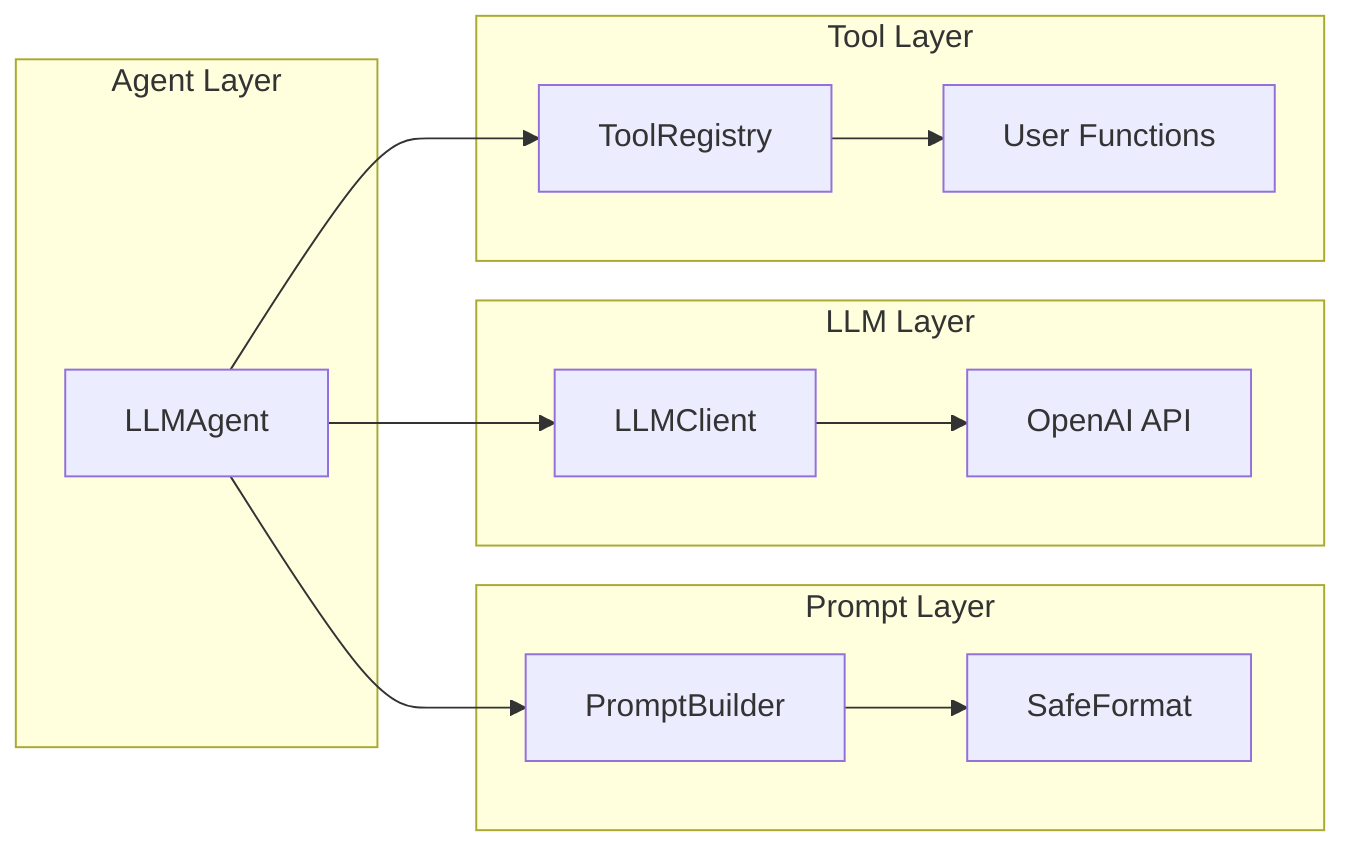
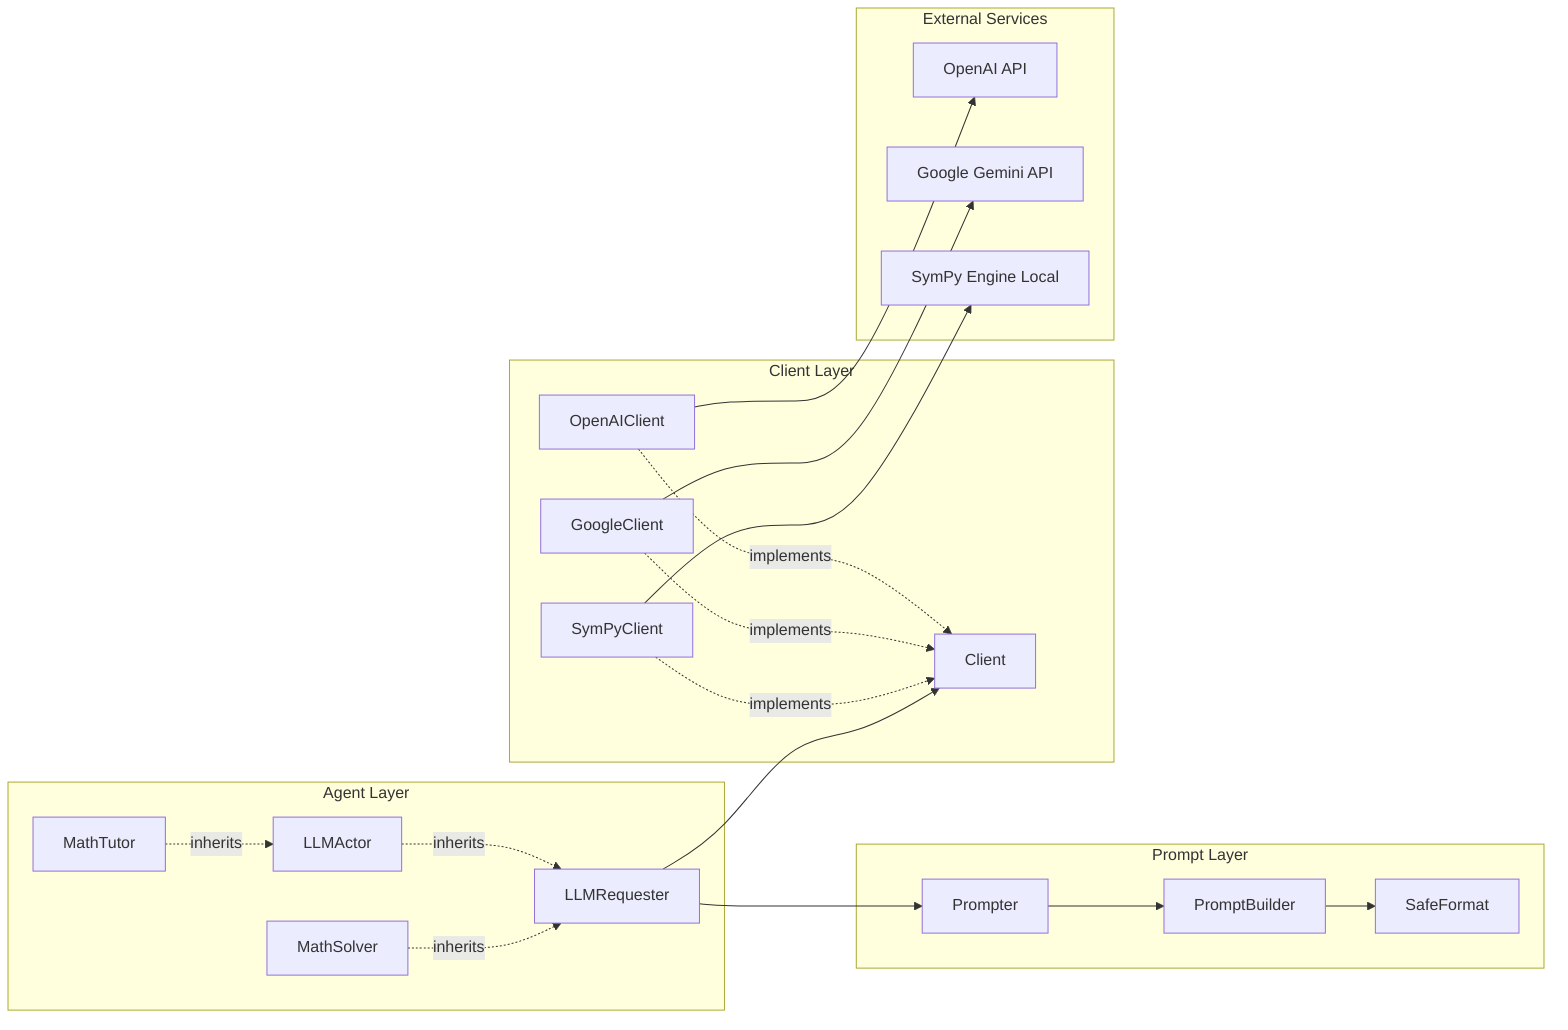
flowchart LR

    subgraph Agent Layer
-         A[LLMAgent]
+         R[LLMRequester]
+         A[LLMActor]
+         T[MathTutor]
+         S[MathSolver]
    end

    subgraph Prompt Layer
+         P[Prompter]
        B[PromptBuilder]
-         C[SafeFormat]
+         F[SafeFormat]
    end

-     subgraph LLM Layer
-         D[LLMClient]
-         E[OpenAI API]
+     subgraph Client Layer
+         C[Client]
+         O[OpenAIClient]
+         G[GoogleClient]
+         Y[SymPyClient]
    end

-     subgraph Tool Layer
-         F[ToolRegistry]
-         G[User Functions]
+     subgraph External Services
+         OA[OpenAI API]
+         GA[Google Gemini API]
+         SY["SymPy Engine Local"]
    end

-     A --> B
-     B --> C
+     T -. inherits .-> A
+     A -. inherits .-> R
+     S -. inherits .-> R

-     A --> D
-     D --> E
+     O -. implements .-> C
+     G -. implements .-> C
+     Y -. implements .-> C

-     A --> F
-     F --> G+     R --> P
+     P --> B
+     B --> F
+ 
+     R --> C
+ 
+     O --> OA
+     G --> GA
+     Y --> SY